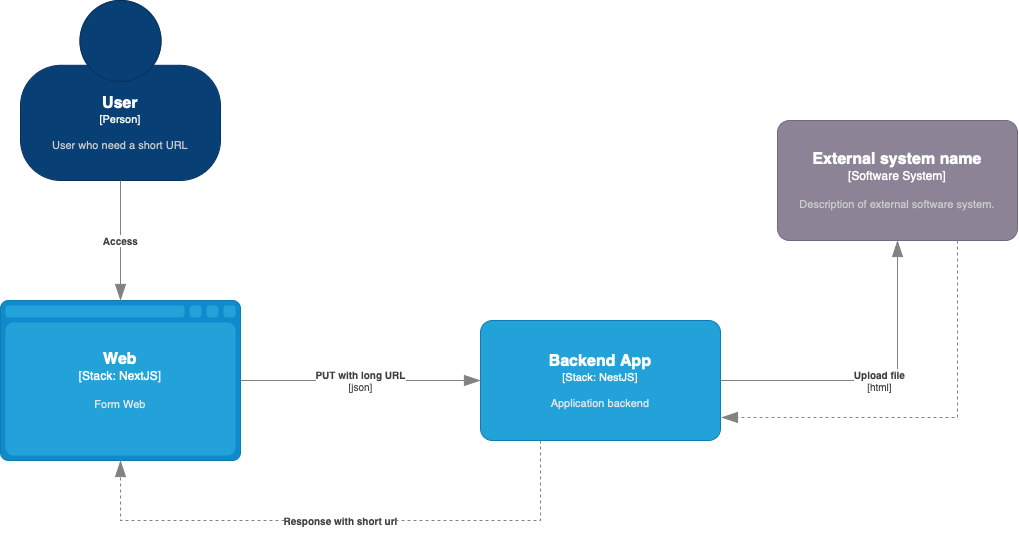
Above: documentation/assets/backend-general.png in jpsaldivar/aws-shorter-url-full-example (draw.io), before the change. Source tidied: cells renumbered, new cells last; positions are measured from the earlier drawing's top-left corner, leaving out a move shared by most shapes. The source it was exported from:
```xml
<mxGraphModel>
  <root>
    <mxCell id="0" />
    <mxCell id="1" parent="0" />
    <object id="2" label="&lt;font style=&quot;font-size: 16px&quot;&gt;&lt;b&gt;%c4Name%&lt;/b&gt;&lt;/font&gt;&lt;div&gt;[%c4Type%]&lt;/div&gt;&lt;br&gt;&lt;div&gt;&lt;font style=&quot;font-size: 11px&quot;&gt;&lt;font color=&quot;#cccccc&quot;&gt;%c4Description%&lt;/font&gt;&lt;/div&gt;" c4Description="User who need a short URL" c4Name="User" c4Type="Person" placeholders="1">
      <mxCell style="html=1;fontSize=11;dashed=0;whiteSpace=wrap;fillColor=#083F75;strokeColor=#06315C;fontColor=#ffffff;shape=mxgraph.c4.person2;align=center;points=[[0.5,0,0],[1,0.5,0],[1,0.75,0],[0.75,1,0],[0.5,1,0],[0.25,1,0],[0,0.75,0],[0,0.5,0]];" parent="1" vertex="1">
        <mxGeometry x="20" width="200" height="180" as="geometry" />
      </mxCell>
    </object>
    <object id="3" label="&lt;font style=&quot;font-size: 16px&quot;&gt;&lt;b&gt;%c4Type%&lt;/b&gt;&lt;/font&gt;&lt;div&gt;[%c4Container%:&amp;nbsp;%c4Technology%]&lt;/div&gt;&lt;br&gt;&lt;div&gt;&lt;font style=&quot;font-size: 11px&quot;&gt;&lt;font color=&quot;#E6E6E6&quot;&gt;%c4Description%&lt;/font&gt;&lt;/div&gt;" c4Container="Stack" c4Description="Form Web" c4Technology="NextJS" c4Type="Web" placeholders="1">
      <mxCell style="shape=mxgraph.c4.webBrowserContainer2;whiteSpace=wrap;html=1;boundedLbl=1;rounded=0;labelBackgroundColor=none;strokeColor=#118ACD;fillColor=#23A2D9;strokeColor=#118ACD;strokeColor2=#0E7DAD;fontSize=12;fontColor=#ffffff;align=center;points=[[0.5,0,0],[1,0.25,0],[1,0.5,0],[1,0.75,0],[0.5,1,0],[0,0.75,0],[0,0.5,0],[0,0.25,0]];" parent="1" vertex="1">
        <mxGeometry y="300" width="240" height="160" as="geometry" />
      </mxCell>
    </object>
    <object id="4" label="&lt;div style=&quot;text-align: left&quot;&gt;&lt;div style=&quot;text-align: center&quot;&gt;&lt;b&gt;%c4Description%&lt;/b&gt;&lt;/div&gt;" c4Description="Access" c4Type="Relationship" placeholders="1">
      <mxCell style="endArrow=blockThin;html=1;fontSize=10;fontColor=#404040;strokeWidth=1;endFill=1;strokeColor=#828282;elbow=vertical;endSize=14;startSize=14;jumpStyle=arc;jumpSize=16;rounded=0;edgeStyle=orthogonalEdgeStyle;exitX=0.5;exitY=1;exitDx=0;exitDy=0;exitPerimeter=0;" parent="1" edge="1" source="2" target="3">
        <mxGeometry relative="1" as="geometry" />
      </mxCell>
    </object>
    <object id="5" label="&lt;font style=&quot;font-size: 16px&quot;&gt;&lt;b&gt;%c4Name%&lt;/b&gt;&lt;/font&gt;&lt;div&gt;[%c4Type%: %c4Technology%]&lt;/div&gt;&lt;br&gt;&lt;div&gt;&lt;font style=&quot;font-size: 11px&quot;&gt;&lt;font color=&quot;#E6E6E6&quot;&gt;%c4Description%&lt;/font&gt;&lt;/div&gt;" c4Description="Application backend" c4Name="Backend App" c4Technology="NestJS" c4Type="Stack" placeholders="1">
      <mxCell style="rounded=1;whiteSpace=wrap;html=1;fontSize=11;labelBackgroundColor=none;fillColor=#23A2D9;fontColor=#ffffff;align=center;arcSize=10;strokeColor=#0E7DAD;points=[[0.25,0,0],[0.5,0,0],[0.75,0,0],[1,0.25,0],[1,0.5,0],[1,0.75,0],[0.75,1,0],[0.5,1,0],[0.25,1,0],[0,0.75,0],[0,0.5,0],[0,0.25,0]];" parent="1" vertex="1">
        <mxGeometry x="480" y="320" width="240" height="120" as="geometry" />
      </mxCell>
    </object>
    <object id="6" label="&lt;div style=&quot;text-align: left&quot;&gt;&lt;div style=&quot;text-align: center&quot;&gt;&lt;b&gt;%c4Description%&lt;/b&gt;&lt;/div&gt;&lt;div style=&quot;text-align: center&quot;&gt;[%c4Technology%]&lt;/div&gt;&lt;/div&gt;" c4Description="PUT with long URL" c4Technology="json" c4Type="Relationship" placeholders="1">
      <mxCell style="endArrow=blockThin;html=1;fontSize=10;fontColor=#404040;strokeWidth=1;endFill=1;strokeColor=#828282;elbow=vertical;endSize=14;startSize=14;jumpStyle=arc;jumpSize=16;rounded=0;edgeStyle=orthogonalEdgeStyle;exitX=1;exitY=0.5;exitDx=0;exitDy=0;exitPerimeter=0;entryX=0;entryY=0.5;entryDx=0;entryDy=0;entryPerimeter=0;" parent="1" edge="1" source="3" target="5">
        <mxGeometry relative="1" as="geometry" />
      </mxCell>
    </object>
    <object id="7" label="&lt;font style=&quot;font-size: 16px&quot;&gt;&lt;b&gt;%c4Name%&lt;/b&gt;&lt;/font&gt;&lt;div&gt;[%c4Type%]&lt;/div&gt;&lt;br&gt;&lt;div&gt;&lt;font style=&quot;font-size: 11px&quot;&gt;&lt;font color=&quot;#cccccc&quot;&gt;%c4Description%&lt;/font&gt;&lt;/div&gt;" c4Description="Description of external software system." c4Name="External system name" c4Type="Software System" placeholders="1">
      <mxCell style="rounded=1;whiteSpace=wrap;html=1;labelBackgroundColor=none;fillColor=#8C8496;fontColor=#ffffff;align=center;arcSize=10;strokeColor=#736782;points=[[0.25,0,0],[0.5,0,0],[0.75,0,0],[1,0.25,0],[1,0.5,0],[1,0.75,0],[0.75,1,0],[0.5,1,0],[0.25,1,0],[0,0.75,0],[0,0.5,0],[0,0.25,0]];" parent="1" vertex="1">
        <mxGeometry x="777" y="120" width="240" height="120" as="geometry" />
      </mxCell>
    </object>
    <object id="8" label="&lt;div style=&quot;text-align: left&quot;&gt;&lt;div style=&quot;text-align: center&quot;&gt;&lt;b&gt;%c4Description%&lt;/b&gt;&lt;/div&gt;&lt;div style=&quot;text-align: center&quot;&gt;[%c4Technology%]&lt;/div&gt;&lt;/div&gt;" c4Description="Upload file" c4Technology="html" c4Type="Relationship" placeholders="1">
      <mxCell style="endArrow=blockThin;html=1;fontSize=10;fontColor=#404040;strokeWidth=1;endFill=1;strokeColor=#828282;elbow=vertical;endSize=14;startSize=14;jumpStyle=arc;jumpSize=16;rounded=0;edgeStyle=orthogonalEdgeStyle;exitX=1;exitY=0.5;exitDx=0;exitDy=0;exitPerimeter=0;entryX=0.5;entryY=1;entryDx=0;entryDy=0;entryPerimeter=0;" parent="1" edge="1" source="5" target="7">
        <mxGeometry relative="1" as="geometry" />
      </mxCell>
    </object>
    <object id="9" label="" c4Type="Relationship" placeholders="1">
      <mxCell style="endArrow=blockThin;html=1;fontSize=10;fontColor=#404040;strokeWidth=1;endFill=1;strokeColor=#828282;elbow=vertical;endSize=14;startSize=14;jumpStyle=arc;jumpSize=16;rounded=0;edgeStyle=orthogonalEdgeStyle;exitX=0.75;exitY=1;exitDx=0;exitDy=0;exitPerimeter=0;entryX=1.004;entryY=0.808;entryDx=0;entryDy=0;entryPerimeter=0;dashed=1;" parent="1" edge="1" source="7" target="5">
        <mxGeometry relative="1" as="geometry" />
      </mxCell>
    </object>
    <object id="10" label="&lt;div style=&quot;text-align: left&quot;&gt;&lt;div style=&quot;text-align: center&quot;&gt;&lt;b&gt;%c4Description%&lt;/b&gt;&lt;/div&gt;" c4Description="Response with short url" c4Type="Relationship" placeholders="1">
      <mxCell style="endArrow=blockThin;html=1;fontSize=10;fontColor=#404040;strokeWidth=1;endFill=1;strokeColor=#828282;elbow=vertical;endSize=14;startSize=14;jumpStyle=arc;jumpSize=16;rounded=0;edgeStyle=orthogonalEdgeStyle;exitX=0.25;exitY=1;exitDx=0;exitDy=0;exitPerimeter=0;entryX=0.5;entryY=1;entryDx=0;entryDy=0;entryPerimeter=0;dashed=1;" parent="1" edge="1" source="5" target="3">
        <mxGeometry relative="1" as="geometry">
          <Array as="points">
            <mxPoint x="540" y="520" />
            <mxPoint x="120" y="520" />
          </Array>
        </mxGeometry>
      </mxCell>
    </object>
  </root>
</mxGraphModel>
```
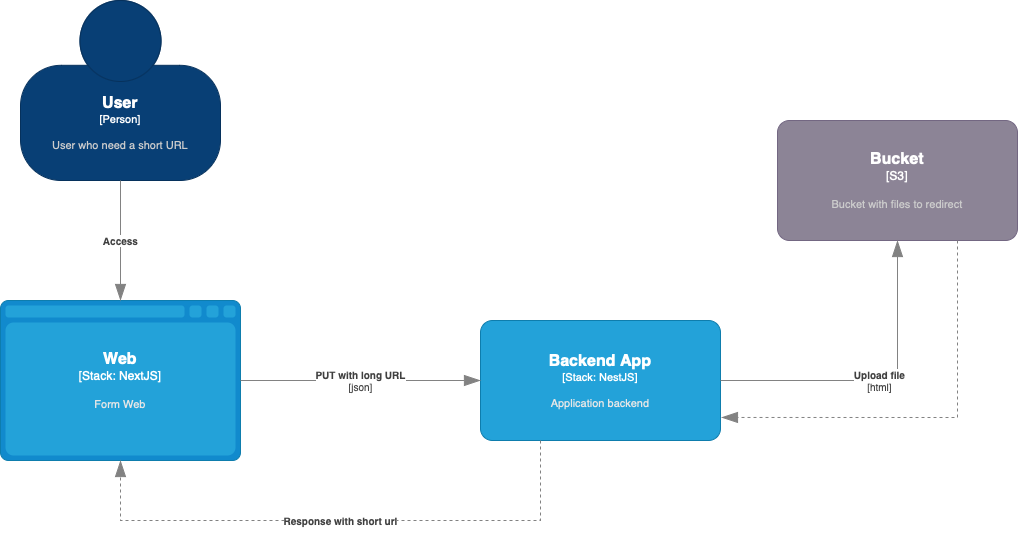
The same file after the commit.

Change to the diagram source:
```diff
@@ -27,7 +27,7 @@
         <mxGeometry relative="1" as="geometry" />
       </mxCell>
     </object>
-    <object id="7" label="&lt;font style=&quot;font-size: 16px&quot;&gt;&lt;b&gt;%c4Name%&lt;/b&gt;&lt;/font&gt;&lt;div&gt;[%c4Type%]&lt;/div&gt;&lt;br&gt;&lt;div&gt;&lt;font style=&quot;font-size: 11px&quot;&gt;&lt;font color=&quot;#cccccc&quot;&gt;%c4Description%&lt;/font&gt;&lt;/div&gt;" c4Description="Description of external software system." c4Name="External system name" c4Type="Software System" placeholders="1">
+    <object id="7" label="&lt;font style=&quot;font-size: 16px&quot;&gt;&lt;b&gt;%c4Name%&lt;/b&gt;&lt;/font&gt;&lt;div&gt;[%c4Type%]&lt;/div&gt;&lt;br&gt;&lt;div&gt;&lt;font style=&quot;font-size: 11px&quot;&gt;&lt;font color=&quot;#cccccc&quot;&gt;%c4Description%&lt;/font&gt;&lt;/div&gt;" c4Description="Bucket with files to redirect" c4Name="Bucket" c4Type="S3" placeholders="1">
       <mxCell style="rounded=1;whiteSpace=wrap;html=1;labelBackgroundColor=none;fillColor=#8C8496;fontColor=#ffffff;align=center;arcSize=10;strokeColor=#736782;points=[[0.25,0,0],[0.5,0,0],[0.75,0,0],[1,0.25,0],[1,0.5,0],[1,0.75,0],[0.75,1,0],[0.5,1,0],[0.25,1,0],[0,0.75,0],[0,0.5,0],[0,0.25,0]];" parent="1" vertex="1">
         <mxGeometry x="777" y="120" width="240" height="120" as="geometry" />
       </mxCell>
```
